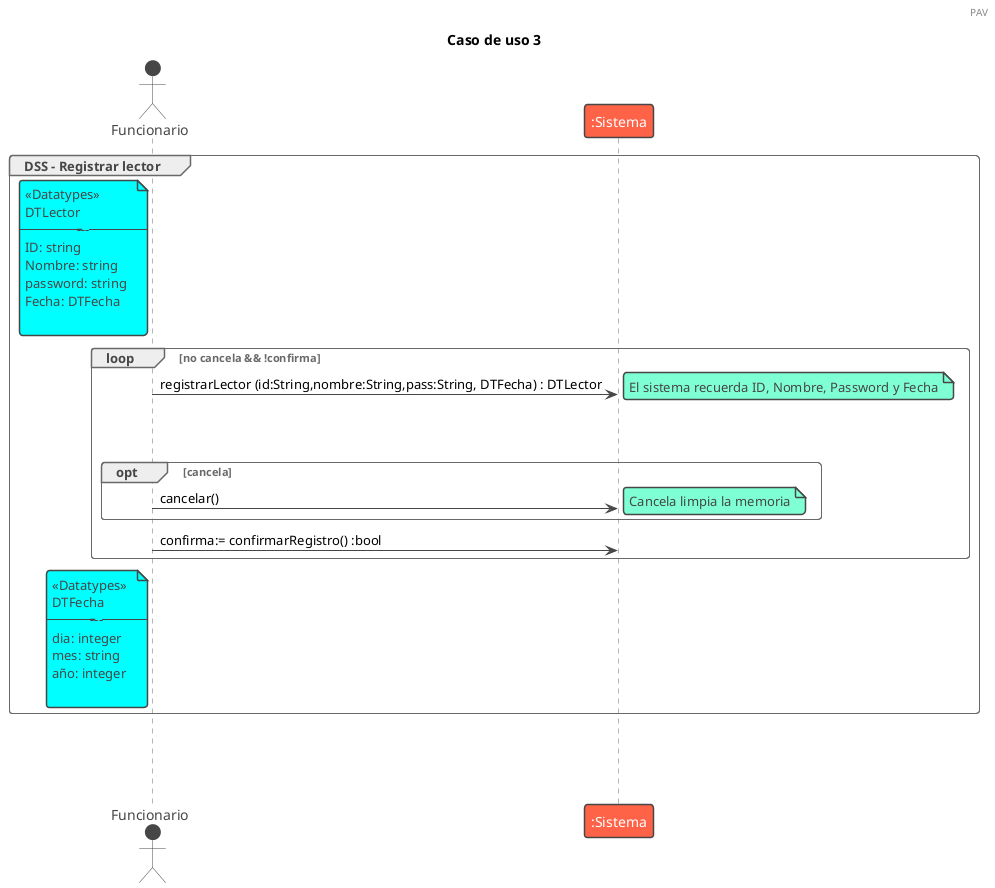
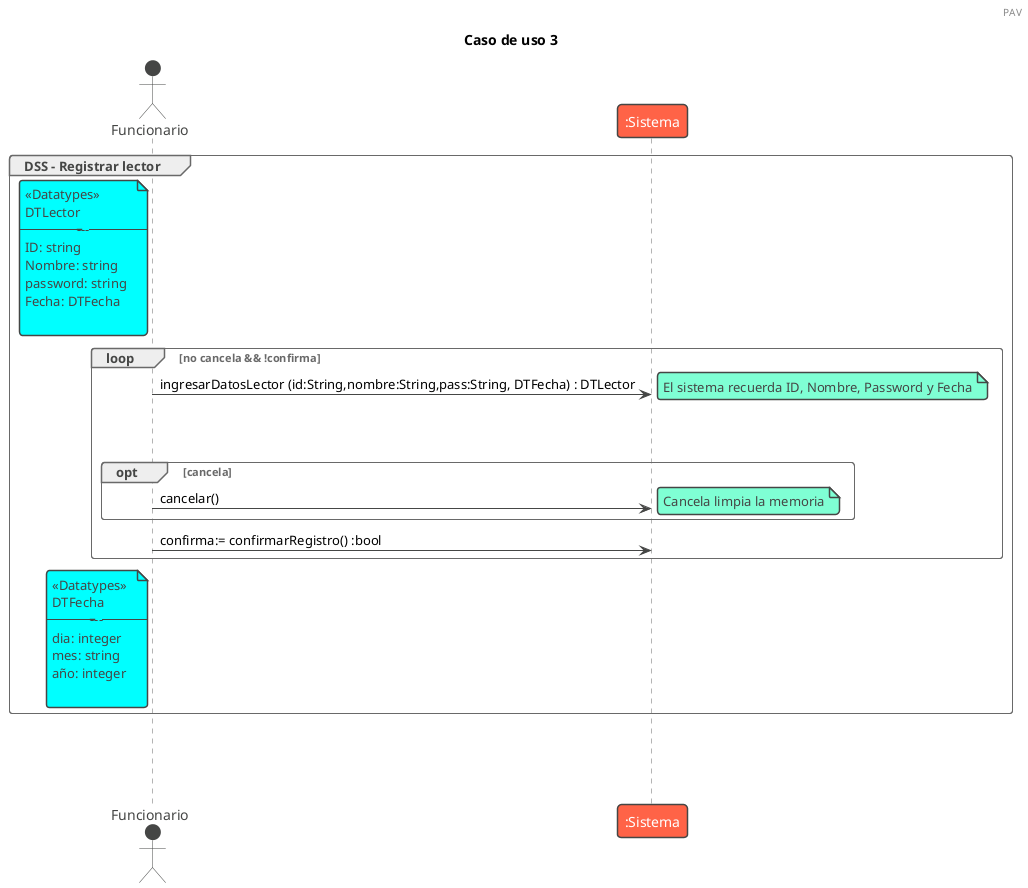
@startuml registrarLector
!theme vibrant
header PAV


title Caso de uso 3

group DSS - Registrar lector
Actor Funcionario

note left of Funcionario #aqua
<<Datatypes>>
DTLector
-----------
ID: string
Nombre: string
password: string
Fecha: DTFecha

end note



loop no cancela && !confirma

- Funcionario -> ":Sistema" : registrarLector (id:String,nombre:String,pass:String, DTFecha) : DTLector
+ Funcionario -> ":Sistema" : ingresarDatosLector (id:String,nombre:String,pass:String, DTFecha) : DTLector

note right: El sistema recuerda ID, Nombre, Password y Fecha

|||
|||
opt cancela
Funcionario -> ":Sistema" : cancelar()
note right: Cancela limpia la memoria
end

Funcionario -> ":Sistema" : confirma:= confirmarRegistro() :bool



end


note left of Funcionario #aqua
<<Datatypes>>
DTFecha
-----------
dia: integer
mes: string
año: integer

end note


end
|||
|||
|||
@enduml